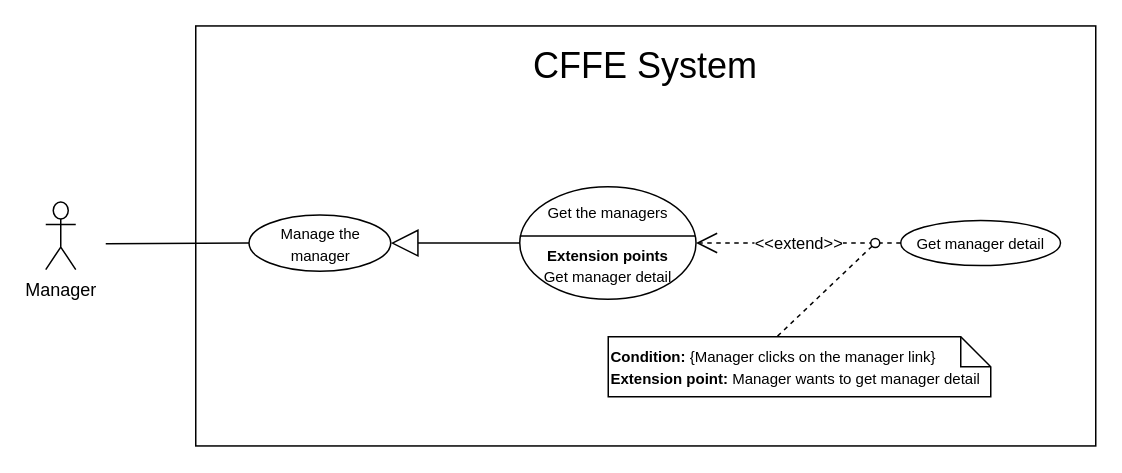
luannmdev/CapstoneDocument keeps this draw.io diagram as page "GetManagerDetail" (7 of 21) of Users/HuuDN/UsecaseDiagram/Admin/Overview.drawio. Above is the earlier version. Source tidied: cells renumbered, new cells numbered last; positions are measured from the earlier drawing's top-left corner, leaving out a move shared by most shapes. Both pictures are drawn from the tidied source at 150%, with x=0, y=0 at pixel (45, 26).
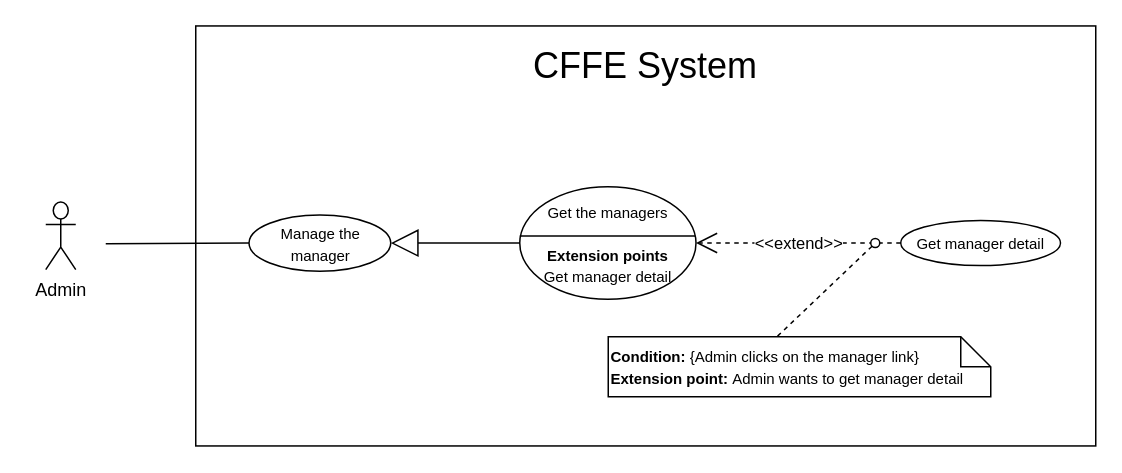
After the change.

The edit, as a diff of the source:
```diff
@@
 <mxGraphModel>
   <root>
     <mxCell id="0" />
     <mxCell id="1" parent="0" />
     <mxCell id="2" style="rounded=0;whiteSpace=wrap;html=1;" parent="1" vertex="1">
       <mxGeometry x="100" y="-0.2" width="600" height="280" as="geometry" />
     </mxCell>
     <mxCell id="3" value="&lt;span style=&quot;font-size: 24px&quot;&gt;CFFE System&lt;/span&gt;" style="text;html=1;strokeColor=none;fillColor=none;align=center;verticalAlign=middle;whiteSpace=wrap;rounded=0;" parent="1" vertex="1">
       <mxGeometry x="235" y="17" width="330" height="20" as="geometry" />
     </mxCell>
-    <mxCell id="4" value="Manager" style="shape=umlActor;verticalLabelPosition=bottom;verticalAlign=top;html=1;" parent="1" vertex="1">
+    <mxCell id="4" value="Admin" style="shape=umlActor;verticalLabelPosition=bottom;verticalAlign=top;html=1;" parent="1" vertex="1">
       <mxGeometry y="117.2" width="20" height="45" as="geometry" />
     </mxCell>
     <mxCell id="5" style="endArrow=none;html=1;rounded=0;exitX=0;exitY=0.5;exitDx=0;exitDy=0;" parent="1" edge="1" source="13">
       <mxGeometry relative="1" as="geometry">
         <mxPoint x="40" y="145" as="targetPoint" />
       </mxGeometry>
     </mxCell>
     <mxCell id="6" value="&lt;font style=&quot;font-size: 10px&quot;&gt;Get the managers&lt;br&gt;&lt;br&gt;&lt;b&gt;Extension points&lt;/b&gt;&lt;br&gt;Get manager detail&lt;br&gt;&lt;/font&gt;" style="ellipse;whiteSpace=wrap;html=1;" parent="1" vertex="1">
       <mxGeometry x="316" y="107" width="117.5" height="75" as="geometry" />
     </mxCell>
     <mxCell id="7" style="line;strokeWidth=1;fillColor=none;align=left;verticalAlign=middle;spacingTop=-1;spacingLeft=3;spacingRight=3;labelPosition=right;fontSize=18;" parent="1" vertex="1">
       <mxGeometry x="316" y="135.8" width="117" height="8" as="geometry" />
     </mxCell>
     <mxCell id="8" value="&lt;font style=&quot;font-size: 10px&quot;&gt;Get manager detail&lt;br&gt;&lt;/font&gt;" style="ellipse;whiteSpace=wrap;html=1;" parent="1" vertex="1">
       <mxGeometry x="570" y="129.5" width="106.5" height="30" as="geometry" />
     </mxCell>
     <mxCell id="9" value="&amp;lt;&amp;lt;extend&amp;gt;&amp;gt;" style="endArrow=open;endSize=12;dashed=1;html=1;exitX=0;exitY=0.5;exitDx=0;exitDy=0;" parent="1" edge="1" source="8" target="6">
       <mxGeometry relative="1" as="geometry" />
     </mxCell>
-    <mxCell id="10" value="&lt;font style=&quot;font-size: 10px&quot;&gt;&lt;b&gt;Condition: &lt;/b&gt;{Manager clicks on the&amp;nbsp;&lt;span style=&quot;text-align: center&quot;&gt;manager&lt;/span&gt;&amp;nbsp;link}&lt;br&gt;&lt;b&gt;Extension point:&amp;nbsp;&lt;/b&gt;Manager&amp;nbsp;wants to get&amp;nbsp;&lt;span style=&quot;text-align: center&quot;&gt;manager&lt;/span&gt;&amp;nbsp;detail&lt;/font&gt;" style="shape=note;size=20;whiteSpace=wrap;html=1;align=left;" parent="1" vertex="1">
+    <mxCell id="10" value="&lt;font style=&quot;font-size: 10px&quot;&gt;&lt;b&gt;Condition: &lt;/b&gt;{Admin clicks on the&amp;nbsp;&lt;span style=&quot;text-align: center&quot;&gt;manager&lt;/span&gt;&amp;nbsp;link}&lt;br&gt;&lt;b&gt;Extension point:&amp;nbsp;&lt;/b&gt;Admin wants to get&amp;nbsp;&lt;span style=&quot;text-align: center&quot;&gt;manager&lt;/span&gt;&amp;nbsp;detail&lt;/font&gt;" style="shape=note;size=20;whiteSpace=wrap;html=1;align=left;" parent="1" vertex="1">
       <mxGeometry x="375" y="207" width="255" height="40" as="geometry" />
     </mxCell>
     <mxCell id="11" style="endArrow=none;dashed=1;html=1;entryX=0.441;entryY=0;entryDx=0;entryDy=0;entryPerimeter=0;exitX=0;exitY=1;exitDx=0;exitDy=0;" parent="1" edge="1" source="12" target="10">
       <mxGeometry relative="1" as="geometry" />
     </mxCell>
     <mxCell id="12" style="ellipse;whiteSpace=wrap;html=1;" parent="1" vertex="1">
       <mxGeometry x="550" y="141.5" width="6" height="6" as="geometry" />
     </mxCell>
     <mxCell id="13" value="&lt;font style=&quot;font-size: 10px&quot;&gt;Manage the manager&lt;br&gt;&lt;/font&gt;" style="ellipse;whiteSpace=wrap;html=1;" parent="1" vertex="1">
       <mxGeometry x="135.5" y="125.8" width="94.5" height="37.5" as="geometry" />
     </mxCell>
     <mxCell id="14" style="endArrow=block;endSize=16;endFill=0;html=1;exitX=0;exitY=0.5;exitDx=0;exitDy=0;entryX=1;entryY=0.5;entryDx=0;entryDy=0;" parent="1" edge="1" source="6" target="13">
       <mxGeometry relative="1" as="geometry" />
     </mxCell>
   </root>
 </mxGraphModel>
```
